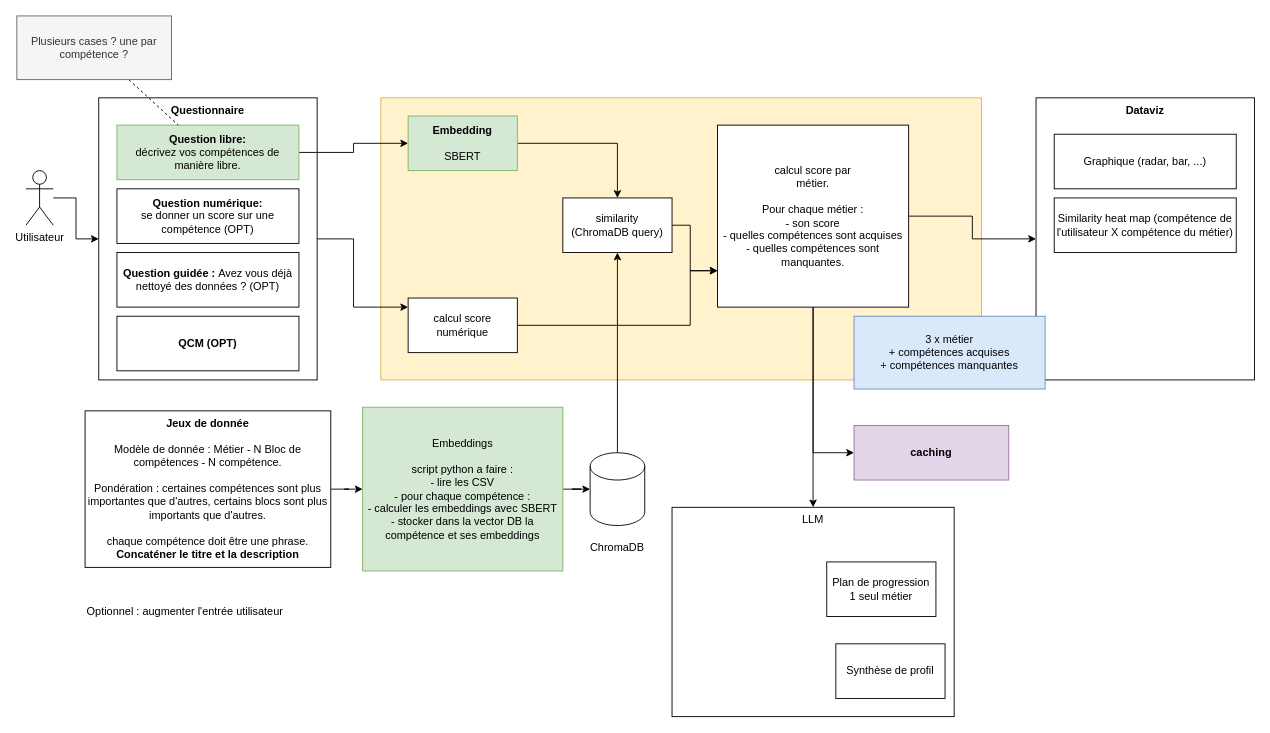
The draw.io diagram specifications/Projet IA Gen.drawio in anthonybnl/projet-ia-generative, before the edit. Source tidied: cells renumbered, new cells numbered last; positions are measured from the earlier drawing's top-left corner, leaving out a move shared by most shapes. Both pictures are drawn from the tidied source at 91%, with x=0, y=0 at pixel (16, 15).
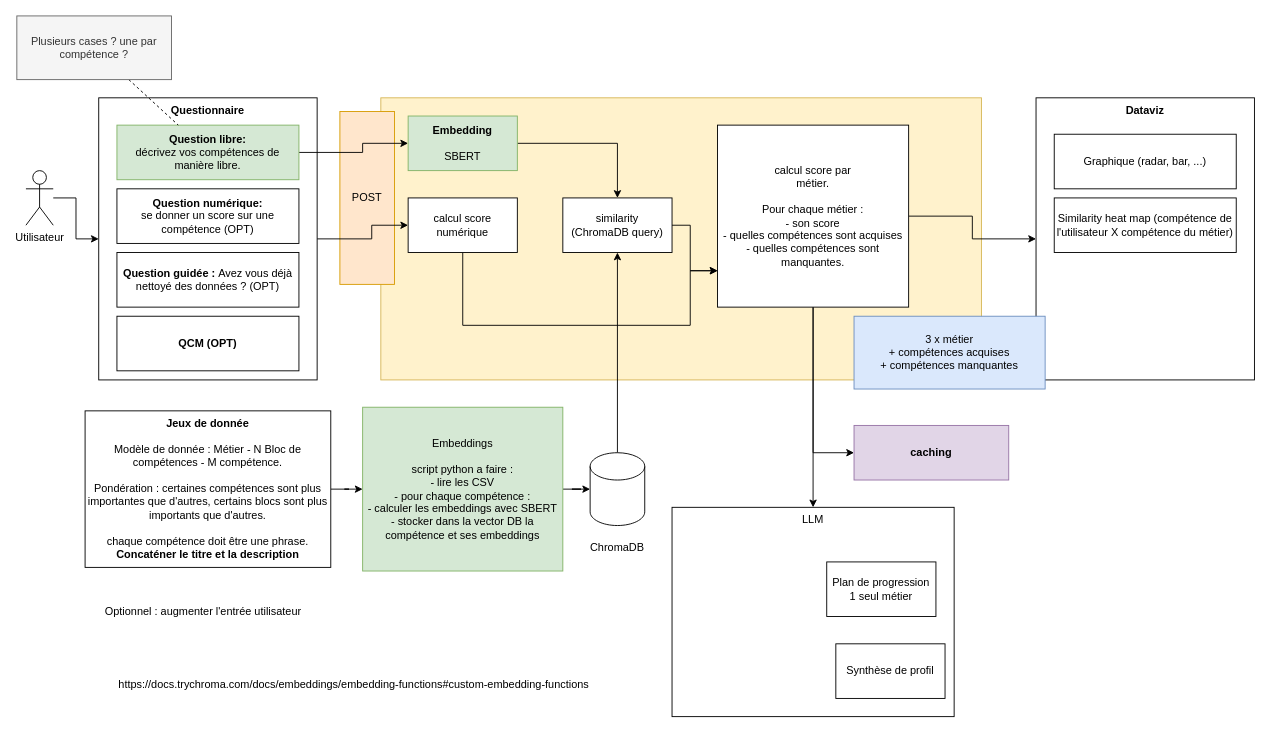
After the change.

Commit message:
mise à jour du draw io

Unchanged cells that the change refers to:
```xml
<mxCell id="4" value="&lt;b&gt;Questionnaire&lt;/b&gt;" style="rounded=0;whiteSpace=wrap;html=1;verticalAlign=top;" parent="1" vertex="1">
  <mxGeometry x="90" y="90" width="240" height="310" as="geometry" />
</mxCell>
<mxCell id="8" value="&lt;b&gt;Question libre:&lt;/b&gt;&lt;br&gt;décrivez vos compétences de manière libre." style="rounded=0;whiteSpace=wrap;html=1;fillColor=#d5e8d4;strokeColor=#82b366;" parent="1" vertex="1">
  <mxGeometry x="110" y="120" width="200" height="60" as="geometry" />
</mxCell>
<mxCell id="22" value="&lt;div&gt;&lt;b&gt;Embedding&lt;/b&gt;&lt;/div&gt;&lt;div&gt;&lt;br&gt;&lt;/div&gt;&lt;div&gt;SBERT&lt;/div&gt;" style="rounded=0;whiteSpace=wrap;html=1;fillColor=#d5e8d4;strokeColor=#82b366;" parent="1" vertex="1">
  <mxGeometry x="430" y="110" width="120" height="60" as="geometry" />
</mxCell>
```

Diff of the diagram source:
```diff
@@
+    <mxCell id="40" value="POST" style="whiteSpace=wrap;html=1;fillColor=#ffe6cc;strokeColor=#d79b00;" parent="1" vertex="1">
+      <mxGeometry x="355" y="105" width="60" height="190" as="geometry" />
+    </mxCell>
     <mxCell id="3" style="edgeStyle=orthogonalEdgeStyle;rounded=0;jettySize=auto;html=1;" parent="1" edge="1" source="4" target="26">
       <mxGeometry relative="1" as="geometry">
         <Array as="points">
-          <mxPoint x="370" y="245" />
-          <mxPoint x="370" y="320" />
+          <mxPoint x="390" y="245" />
+          <mxPoint x="390" y="230" />
         </Array>
       </mxGeometry>
     </mxCell>
@@
     <mxCell id="7" style="edgeStyle=orthogonalEdgeStyle;rounded=0;jettySize=auto;html=1;" parent="1" edge="1" source="8" target="22">
-      <mxGeometry relative="1" as="geometry" />
+      <mxGeometry relative="1" as="geometry">
+        <Array as="points">
+          <mxPoint x="380" y="150" />
+          <mxPoint x="380" y="140" />
+        </Array>
+      </mxGeometry>
     </mxCell>
@@
-    <mxCell id="15" value="&lt;div&gt;&lt;b&gt;Jeux de donnée&lt;/b&gt;&lt;/div&gt;&lt;div&gt;&lt;br&gt;&lt;/div&gt;&lt;div&gt;Modèle de donnée : Métier - N Bloc de compétences - N compétence.&lt;br&gt;&lt;br&gt;Pondération : certaines compétences sont plus importantes que d'autres, certains blocs sont plus importants que d'autres.&lt;/div&gt;&lt;div&gt;&lt;br&gt;&lt;/div&gt;&lt;div&gt;chaque compétence doit être une phrase. &lt;b&gt;Concaténer le titre et la description&lt;/b&gt;&lt;/div&gt;" style="rounded=0;whiteSpace=wrap;html=1;verticalAlign=top;" parent="1" vertex="1">
+    <mxCell id="15" value="&lt;div&gt;&lt;b&gt;Jeux de donnée&lt;/b&gt;&lt;/div&gt;&lt;div&gt;&lt;br&gt;&lt;/div&gt;&lt;div&gt;Modèle de donnée : Métier - N Bloc de compétences - M compétence.&lt;br&gt;&lt;br&gt;Pondération : certaines compétences sont plus importantes que d'autres, certains blocs sont plus importants que d'autres.&lt;/div&gt;&lt;div&gt;&lt;br&gt;&lt;/div&gt;&lt;div&gt;chaque compétence doit être une phrase. &lt;b&gt;Concaténer le titre et la description&lt;/b&gt;&lt;/div&gt;" style="rounded=0;whiteSpace=wrap;html=1;verticalAlign=top;" parent="1" vertex="1">
       <mxGeometry x="75" y="434" width="270" height="172" as="geometry" />
     </mxCell>
@@
     <mxCell id="26" value="calcul score numérique" style="rounded=0;whiteSpace=wrap;html=1;" parent="1" vertex="1">
-      <mxGeometry x="430" y="310" width="120" height="60" as="geometry" />
+      <mxGeometry x="430" y="200" width="120" height="60" as="geometry" />
     </mxCell>
@@
     <mxCell id="39" value="Optionnel : augmenter l'entrée utilisateur" style="text;html=1;align=center;verticalAlign=middle;whiteSpace=wrap;rounded=0;" parent="1" vertex="1">
-      <mxGeometry x="50" y="640" width="270" height="30" as="geometry" />
+      <mxGeometry x="70" y="640" width="270" height="30" as="geometry" />
     </mxCell>
+    <mxCell id="41" value="https://docs.trychroma.com/docs/embeddings/embedding-functions#custom-embedding-functions" style="text;html=1;align=center;verticalAlign=middle;strokeColor=none;fillColor=none;" parent="1" vertex="1">
+      <mxGeometry x="100" y="720" width="540" height="30" as="geometry" />
+    </mxCell>
```
